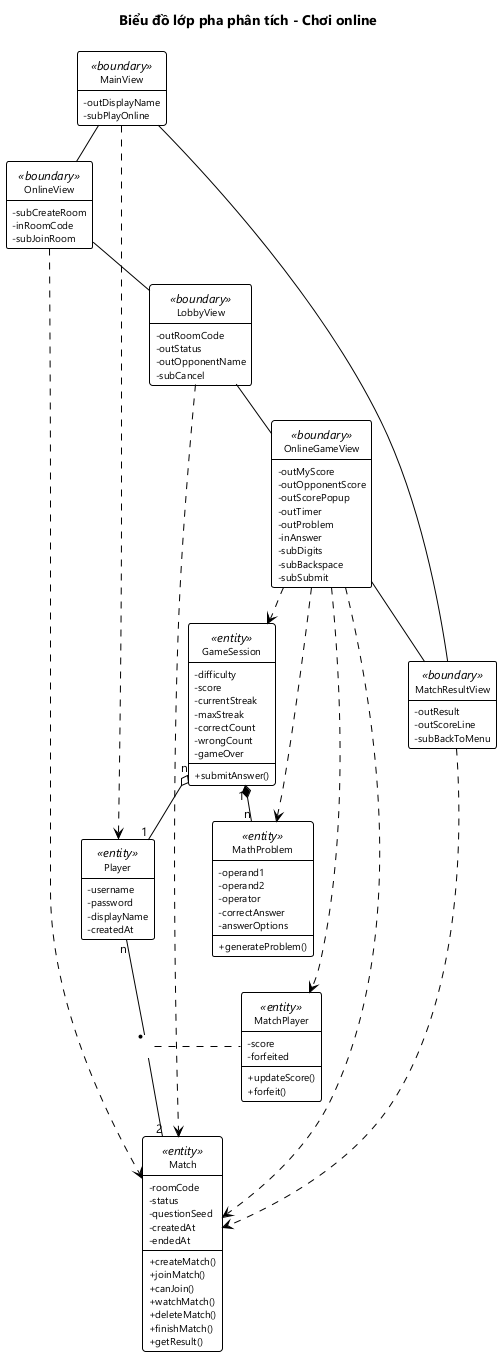
HungNguyenBa1811/math-dash keeps this PlantUML diagram as docs/hung/lop-phan-tich-uc05.png. Above is the earlier version.
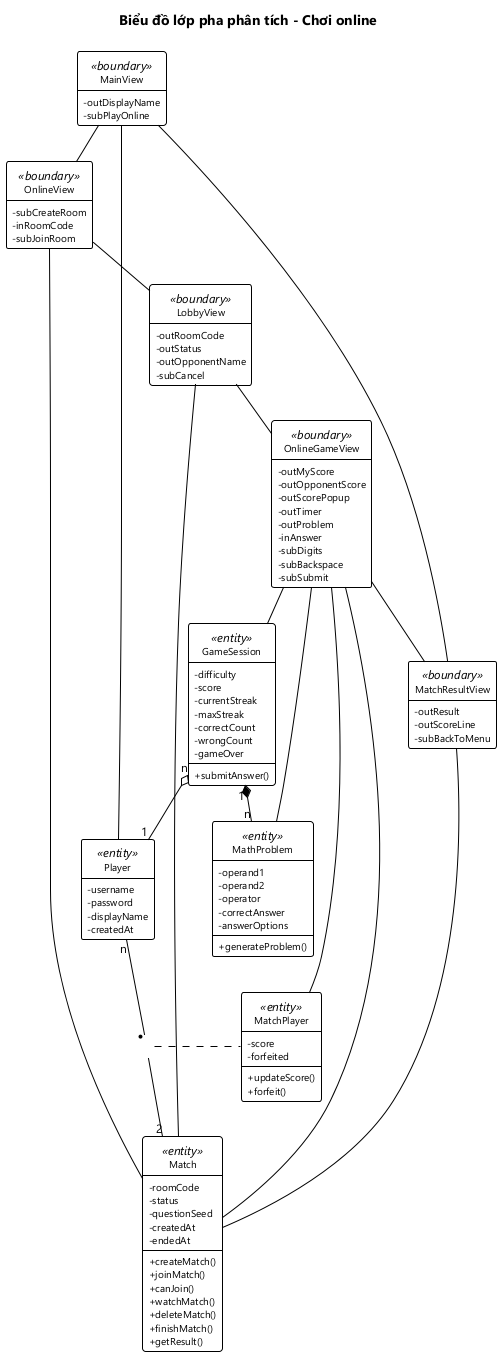
After the change.

Diff of the diagram source:
```diff
@@ -85,14 +85,14 @@
 OnlineGameView -- MatchResultView
 MatchResultView -- MainView
 
-OnlineView ..> Match
-LobbyView ..> Match
-OnlineGameView ..> Match
-OnlineGameView ..> MatchPlayer
-OnlineGameView ..> GameSession
-OnlineGameView ..> MathProblem
-MatchResultView ..> Match
-MainView ..> Player
+OnlineView -- Match
+LobbyView -- Match
+OnlineGameView -- Match
+OnlineGameView -- MatchPlayer
+OnlineGameView -- GameSession
+OnlineGameView -- MathProblem
+MatchResultView -- Match
+MainView -- Player
 
 Player "n" -- "2" Match
 (Player, Match) .. MatchPlayer
```
